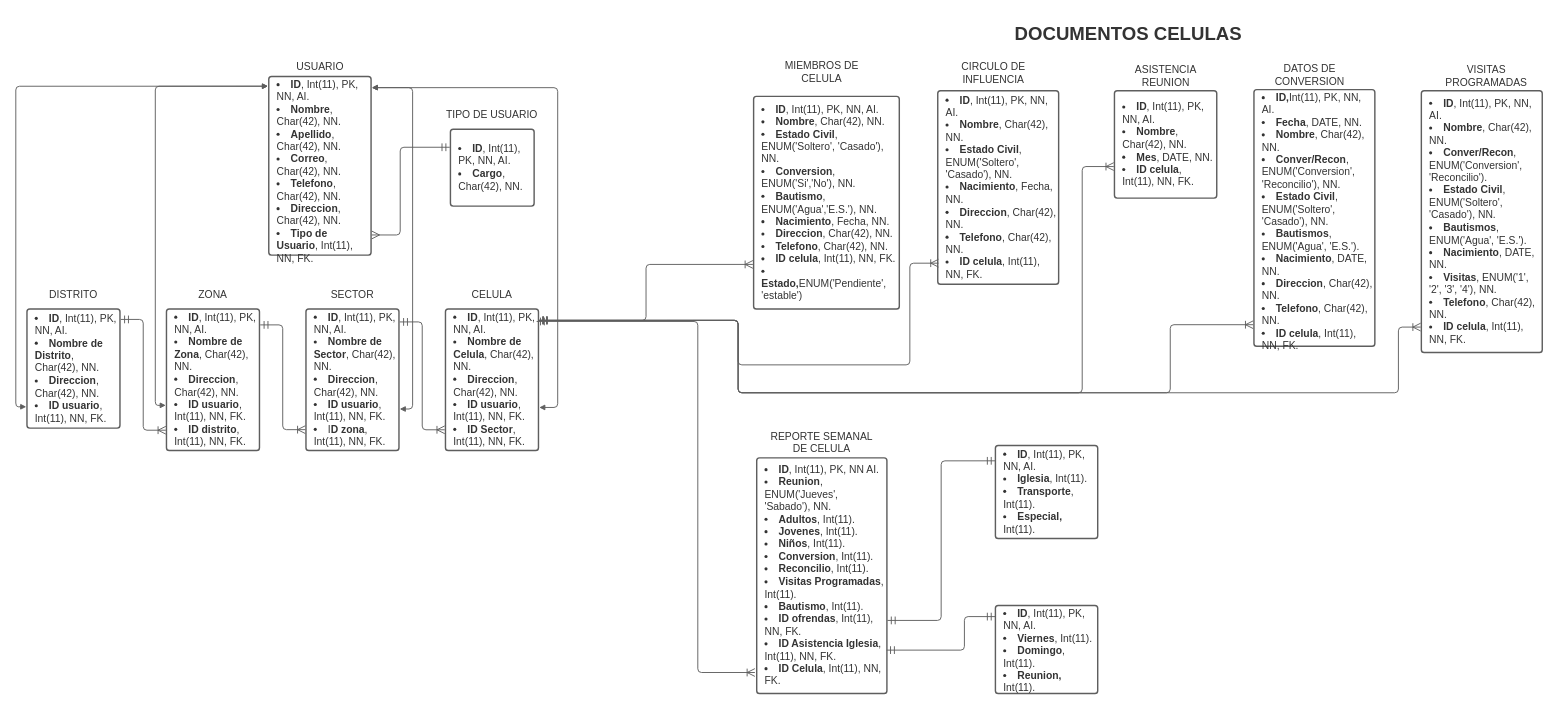
Before: page "entidad-relacion" (1 of 2) of Diagrama 1.drawio in KJCarvajal/la-cosecha, a draw.io diagram. Source tidied: cells renumbered, new cells numbered last; positions are measured from the earlier drawing's top-left corner, leaving out a move shared by most shapes. Both pictures are drawn from the tidied source at 62%, with x=0, y=0 at pixel (16, 11).
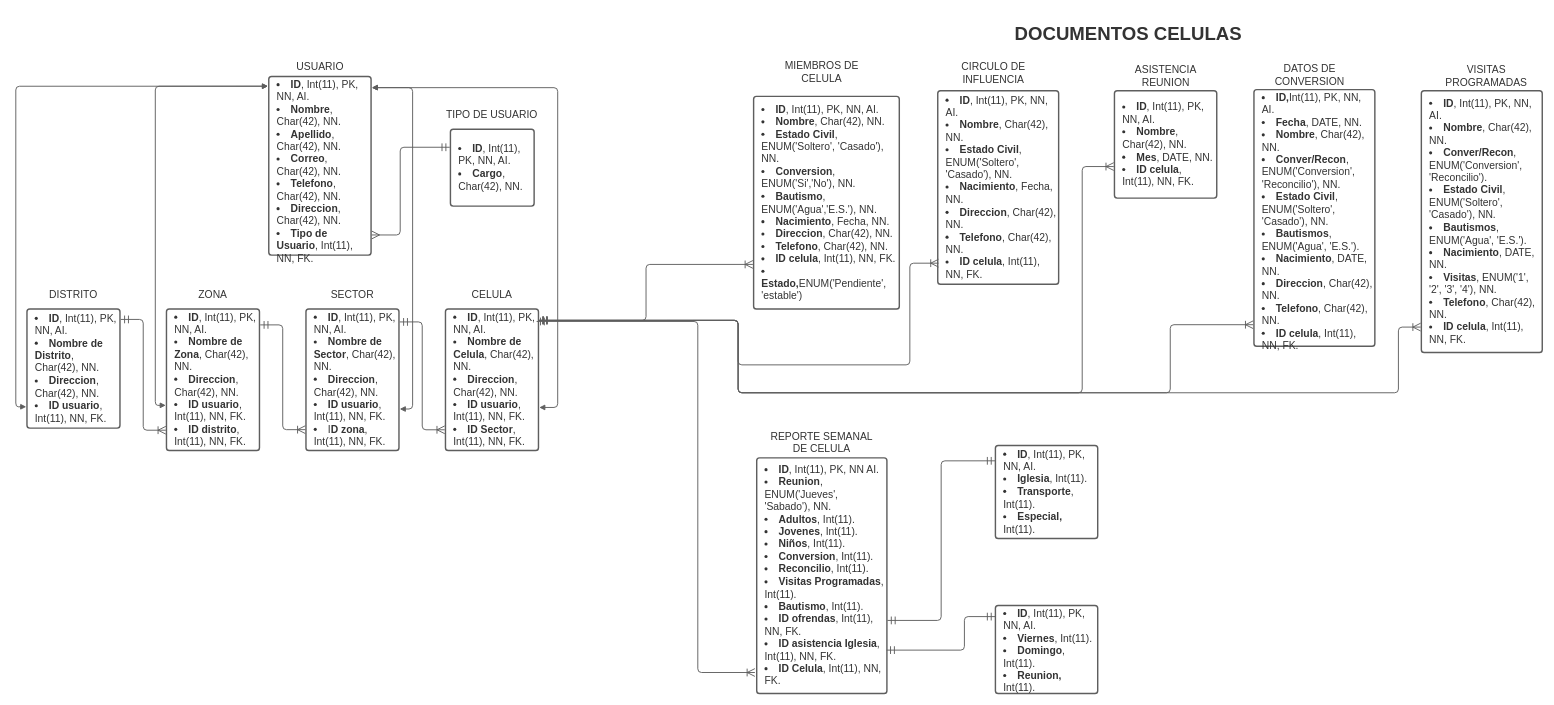
After the change.

What changed in the source:
```diff
@@
-    <mxCell id="38" value="&lt;ul style=&quot;margin: 0px ; padding-left: 10px ; list-style-position: inside ; list-style-type: disc&quot;&gt;&lt;li style=&quot;text-align: left ; color: #333333 ; font-size: 16.7px&quot;&gt;&lt;span style=&quot;margin-left: 0px ; margin-top: -2px&quot;&gt;&lt;span style=&quot;font-size: 16.7px ; color: #333333 ; font-weight: bold&quot;&gt;ID&lt;/span&gt;&lt;span style=&quot;font-size: 16.7px ; color: #333333&quot;&gt;, Int(11), PK, NN AI.&lt;/span&gt;&lt;/span&gt;&lt;/li&gt;&lt;li style=&quot;text-align: left ; color: #333333 ; font-size: 16.7px&quot;&gt;&lt;span style=&quot;margin-left: 0px ; margin-top: -2px&quot;&gt;&lt;span style=&quot;font-size: 16.7px ; color: #333333&quot;&gt;&lt;span style=&quot;font-size: 16.7px ; color: #333333 ; font-weight: bold&quot;&gt;Reunion&lt;/span&gt;, ENUM('Jueves', 'Sabado'), NN.&lt;/span&gt;&lt;/span&gt;&lt;/li&gt;&lt;li style=&quot;text-align: left ; color: #333333 ; font-size: 16.7px&quot;&gt;&lt;span style=&quot;margin-left: 0px ; margin-top: -2px&quot;&gt;&lt;span style=&quot;font-size: 16.7px ; color: #333333&quot;&gt;&lt;span style=&quot;font-size: 16.7px ; color: #333333 ; font-weight: bold&quot;&gt;Adultos&lt;/span&gt;, Int(11).&lt;/span&gt;&lt;/span&gt;&lt;/li&gt;&lt;li style=&quot;text-align: left ; color: #333333 ; font-size: 16.7px&quot;&gt;&lt;span style=&quot;margin-left: 0px ; margin-top: -2px&quot;&gt;&lt;span style=&quot;font-size: 16.7px ; color: #333333&quot;&gt;&lt;span style=&quot;font-size: 16.7px ; color: #333333 ; font-weight: bold&quot;&gt;Jovenes&lt;/span&gt;, Int(11).&lt;/span&gt;&lt;/span&gt;&lt;/li&gt;&lt;li style=&quot;text-align: left ; color: #333333 ; font-size: 16.7px&quot;&gt;&lt;span style=&quot;margin-left: 0px ; margin-top: -2px&quot;&gt;&lt;span style=&quot;font-size: 16.7px ; color: #333333&quot;&gt;&lt;span style=&quot;font-size: 16.7px ; color: #333333 ; font-weight: bold&quot;&gt;Niños&lt;/span&gt;, Int(11).&lt;/span&gt;&lt;/span&gt;&lt;/li&gt;&lt;li style=&quot;text-align: left ; color: #333333 ; font-size: 16.7px&quot;&gt;&lt;span style=&quot;margin-left: 0px ; margin-top: -2px&quot;&gt;&lt;span style=&quot;font-size: 16.7px ; color: #333333&quot;&gt;&lt;span style=&quot;font-size: 16.7px ; color: #333333 ; font-weight: bold&quot;&gt;Conversion&lt;/span&gt;, Int(11).&lt;/span&gt;&lt;/span&gt;&lt;/li&gt;&lt;li style=&quot;text-align: left ; color: #333333 ; font-size: 16.7px&quot;&gt;&lt;span style=&quot;margin-left: 0px ; margin-top: -2px&quot;&gt;&lt;span style=&quot;font-size: 16.7px ; color: #333333&quot;&gt;&lt;span style=&quot;font-size: 16.7px ; color: #333333 ; font-weight: bold&quot;&gt;Reconcilio&lt;/span&gt;, Int(11).&lt;/span&gt;&lt;/span&gt;&lt;/li&gt;&lt;li style=&quot;text-align: left ; color: #333333 ; font-size: 16.7px&quot;&gt;&lt;span style=&quot;margin-left: 0px ; margin-top: -2px&quot;&gt;&lt;span style=&quot;font-size: 16.7px ; color: #333333&quot;&gt;&lt;span style=&quot;font-size: 16.7px ; color: #333333 ; font-weight: bold&quot;&gt;Visitas Programadas&lt;/span&gt;, Int(11).&lt;/span&gt;&lt;/span&gt;&lt;/li&gt;&lt;li style=&quot;text-align: left ; color: #333333 ; font-size: 16.7px&quot;&gt;&lt;span style=&quot;margin-left: 0px ; margin-top: -2px&quot;&gt;&lt;span style=&quot;font-size: 16.7px ; color: #333333&quot;&gt;&lt;span style=&quot;font-size: 16.7px ; color: #333333 ; font-weight: bold&quot;&gt;Bautismo&lt;/span&gt;, Int(11).&lt;/span&gt;&lt;/span&gt;&lt;/li&gt;&lt;li style=&quot;text-align: left ; color: #333333 ; font-size: 16.7px&quot;&gt;&lt;span style=&quot;margin-left: 0px ; margin-top: -2px&quot;&gt;&lt;span style=&quot;font-size: 16.7px ; color: #333333&quot;&gt;&lt;span style=&quot;font-size: 16.7px ; color: #333333 ; font-weight: bold&quot;&gt;ID ofrendas&lt;/span&gt;, Int(11), NN, FK.&lt;/span&gt;&lt;/span&gt;&lt;/li&gt;&lt;li style=&quot;text-align: left ; color: #333333 ; font-size: 16.7px&quot;&gt;&lt;span style=&quot;margin-left: 0px ; margin-top: -2px&quot;&gt;&lt;span style=&quot;font-size: 16.7px ; color: #333333&quot;&gt;&lt;span style=&quot;font-size: 16.7px ; color: #333333 ; font-weight: bold&quot;&gt;ID Asistencia Iglesia&lt;/span&gt;, Int(11), NN, FK.&lt;/span&gt;&lt;/span&gt;&lt;/li&gt;&lt;li style=&quot;text-align: left ; color: #333333 ; font-size: 16.7px&quot;&gt;&lt;span style=&quot;margin-left: 0px ; margin-top: -2px&quot;&gt;&lt;span style=&quot;font-size: 16.7px ; color: #333333&quot;&gt;&lt;b&gt;ID Celula&lt;/b&gt;, Int(11), NN, FK.&lt;br&gt;&lt;/span&gt;&lt;/span&gt;&lt;/li&gt;&lt;/ul&gt;" style="html=1;overflow=block;blockSpacing=1;whiteSpace=wrap;fontSize=13;spacing=3.8;strokeColor=#5e5e5e;strokeOpacity=100;rounded=1;absoluteArcSize=1;arcSize=9;strokeWidth=2.3;" parent="1" vertex="1">
+    <mxCell id="38" value="&lt;ul style=&quot;margin: 0px ; padding-left: 10px ; list-style-position: inside ; list-style-type: disc&quot;&gt;&lt;li style=&quot;text-align: left ; color: #333333 ; font-size: 16.7px&quot;&gt;&lt;span style=&quot;margin-left: 0px ; margin-top: -2px&quot;&gt;&lt;span style=&quot;font-size: 16.7px ; color: #333333 ; font-weight: bold&quot;&gt;ID&lt;/span&gt;&lt;span style=&quot;font-size: 16.7px ; color: #333333&quot;&gt;, Int(11), PK, NN AI.&lt;/span&gt;&lt;/span&gt;&lt;/li&gt;&lt;li style=&quot;text-align: left ; color: #333333 ; font-size: 16.7px&quot;&gt;&lt;span style=&quot;margin-left: 0px ; margin-top: -2px&quot;&gt;&lt;span style=&quot;font-size: 16.7px ; color: #333333&quot;&gt;&lt;span style=&quot;font-size: 16.7px ; color: #333333 ; font-weight: bold&quot;&gt;Reunion&lt;/span&gt;, ENUM('Jueves', 'Sabado'), NN.&lt;/span&gt;&lt;/span&gt;&lt;/li&gt;&lt;li style=&quot;text-align: left ; color: #333333 ; font-size: 16.7px&quot;&gt;&lt;span style=&quot;margin-left: 0px ; margin-top: -2px&quot;&gt;&lt;span style=&quot;font-size: 16.7px ; color: #333333&quot;&gt;&lt;span style=&quot;font-size: 16.7px ; color: #333333 ; font-weight: bold&quot;&gt;Adultos&lt;/span&gt;, Int(11).&lt;/span&gt;&lt;/span&gt;&lt;/li&gt;&lt;li style=&quot;text-align: left ; color: #333333 ; font-size: 16.7px&quot;&gt;&lt;span style=&quot;margin-left: 0px ; margin-top: -2px&quot;&gt;&lt;span style=&quot;font-size: 16.7px ; color: #333333&quot;&gt;&lt;span style=&quot;font-size: 16.7px ; color: #333333 ; font-weight: bold&quot;&gt;Jovenes&lt;/span&gt;, Int(11).&lt;/span&gt;&lt;/span&gt;&lt;/li&gt;&lt;li style=&quot;text-align: left ; color: #333333 ; font-size: 16.7px&quot;&gt;&lt;span style=&quot;margin-left: 0px ; margin-top: -2px&quot;&gt;&lt;span style=&quot;font-size: 16.7px ; color: #333333&quot;&gt;&lt;span style=&quot;font-size: 16.7px ; color: #333333 ; font-weight: bold&quot;&gt;Niños&lt;/span&gt;, Int(11).&lt;/span&gt;&lt;/span&gt;&lt;/li&gt;&lt;li style=&quot;text-align: left ; color: #333333 ; font-size: 16.7px&quot;&gt;&lt;span style=&quot;margin-left: 0px ; margin-top: -2px&quot;&gt;&lt;span style=&quot;font-size: 16.7px ; color: #333333&quot;&gt;&lt;span style=&quot;font-size: 16.7px ; color: #333333 ; font-weight: bold&quot;&gt;Conversion&lt;/span&gt;, Int(11).&lt;/span&gt;&lt;/span&gt;&lt;/li&gt;&lt;li style=&quot;text-align: left ; color: #333333 ; font-size: 16.7px&quot;&gt;&lt;span style=&quot;margin-left: 0px ; margin-top: -2px&quot;&gt;&lt;span style=&quot;font-size: 16.7px ; color: #333333&quot;&gt;&lt;span style=&quot;font-size: 16.7px ; color: #333333 ; font-weight: bold&quot;&gt;Reconcilio&lt;/span&gt;, Int(11).&lt;/span&gt;&lt;/span&gt;&lt;/li&gt;&lt;li style=&quot;text-align: left ; color: #333333 ; font-size: 16.7px&quot;&gt;&lt;span style=&quot;margin-left: 0px ; margin-top: -2px&quot;&gt;&lt;span style=&quot;font-size: 16.7px ; color: #333333&quot;&gt;&lt;span style=&quot;font-size: 16.7px ; color: #333333 ; font-weight: bold&quot;&gt;Visitas Programadas&lt;/span&gt;, Int(11).&lt;/span&gt;&lt;/span&gt;&lt;/li&gt;&lt;li style=&quot;text-align: left ; color: #333333 ; font-size: 16.7px&quot;&gt;&lt;span style=&quot;margin-left: 0px ; margin-top: -2px&quot;&gt;&lt;span style=&quot;font-size: 16.7px ; color: #333333&quot;&gt;&lt;span style=&quot;font-size: 16.7px ; color: #333333 ; font-weight: bold&quot;&gt;Bautismo&lt;/span&gt;, Int(11).&lt;/span&gt;&lt;/span&gt;&lt;/li&gt;&lt;li style=&quot;text-align: left ; color: #333333 ; font-size: 16.7px&quot;&gt;&lt;span style=&quot;margin-left: 0px ; margin-top: -2px&quot;&gt;&lt;span style=&quot;font-size: 16.7px ; color: #333333&quot;&gt;&lt;span style=&quot;font-size: 16.7px ; color: #333333 ; font-weight: bold&quot;&gt;ID ofrendas&lt;/span&gt;, Int(11), NN, FK.&lt;/span&gt;&lt;/span&gt;&lt;/li&gt;&lt;li style=&quot;text-align: left ; color: #333333 ; font-size: 16.7px&quot;&gt;&lt;span style=&quot;margin-left: 0px ; margin-top: -2px&quot;&gt;&lt;span style=&quot;font-size: 16.7px ; color: #333333&quot;&gt;&lt;span style=&quot;font-size: 16.7px ; color: #333333 ; font-weight: bold&quot;&gt;ID asistencia Iglesia&lt;/span&gt;, Int(11), NN, FK.&lt;/span&gt;&lt;/span&gt;&lt;/li&gt;&lt;li style=&quot;text-align: left ; color: #333333 ; font-size: 16.7px&quot;&gt;&lt;span style=&quot;margin-left: 0px ; margin-top: -2px&quot;&gt;&lt;span style=&quot;font-size: 16.7px ; color: #333333&quot;&gt;&lt;b&gt;ID Celula&lt;/b&gt;, Int(11), NN, FK.&lt;br&gt;&lt;/span&gt;&lt;/span&gt;&lt;/li&gt;&lt;/ul&gt;" style="html=1;overflow=block;blockSpacing=1;whiteSpace=wrap;fontSize=13;spacing=3.8;strokeColor=#5e5e5e;strokeOpacity=100;rounded=1;absoluteArcSize=1;arcSize=9;strokeWidth=2.3;" parent="1" vertex="1">
       <mxGeometry x="1195" y="720" width="210" height="380" as="geometry" />
     </mxCell>
```
